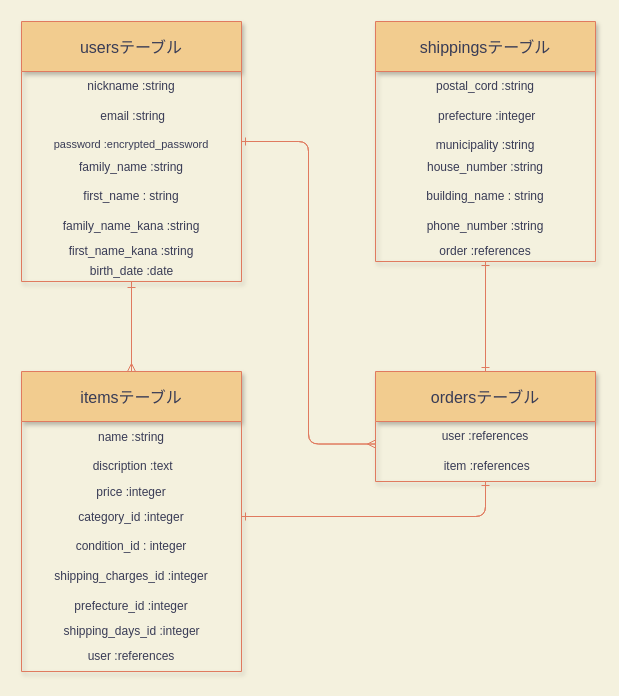
Before: furima.dio in y-yano0910/furima-34781, a draw.io diagram. Source tidied: cells renumbered, new cells numbered last; positions are measured from the earlier drawing's top-left corner, leaving out a move shared by most shapes. Both pictures are drawn from the tidied source at 100%, with x=0, y=0 at pixel (21, 21).
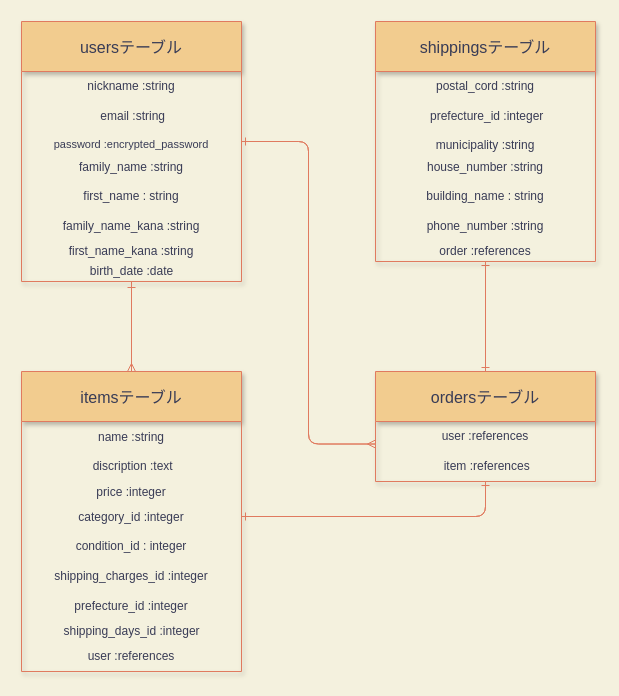
Above is the later version.

Unchanged cells that the change refers to:
```xml
<mxCell id="27" value="shippingsテーブル" style="swimlane;fontStyle=0;horizontal=1;startSize=50;align=center;fontSize=16;shadow=1;fillColor=#F2CC8F;strokeColor=#E07A5F;fontColor=#393C56;" parent="1" vertex="1">
  <mxGeometry x="354" width="220" height="240" as="geometry" />
</mxCell>
```

What changed in the source:
```diff
@@
-    <mxCell id="29" value="&amp;nbsp;prefecture :integer" style="text;html=1;strokeColor=none;fillColor=none;align=center;verticalAlign=middle;whiteSpace=wrap;rounded=0;fontColor=#393C56;" parent="27" vertex="1">
+    <mxCell id="29" value="&amp;nbsp;prefecture_id :integer" style="text;html=1;strokeColor=none;fillColor=none;align=center;verticalAlign=middle;whiteSpace=wrap;rounded=0;fontColor=#393C56;" parent="27" vertex="1">
       <mxGeometry y="80" width="220" height="30" as="geometry" />
     </mxCell>
```
